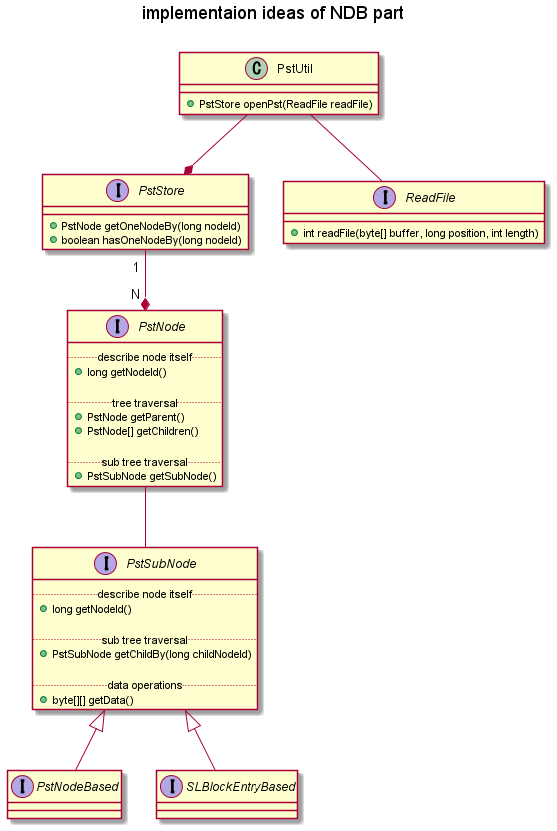
Earlier version of the PlantUML export out/plantuml/base/schematic.png (Kris-LIBIS/ruby-msg).
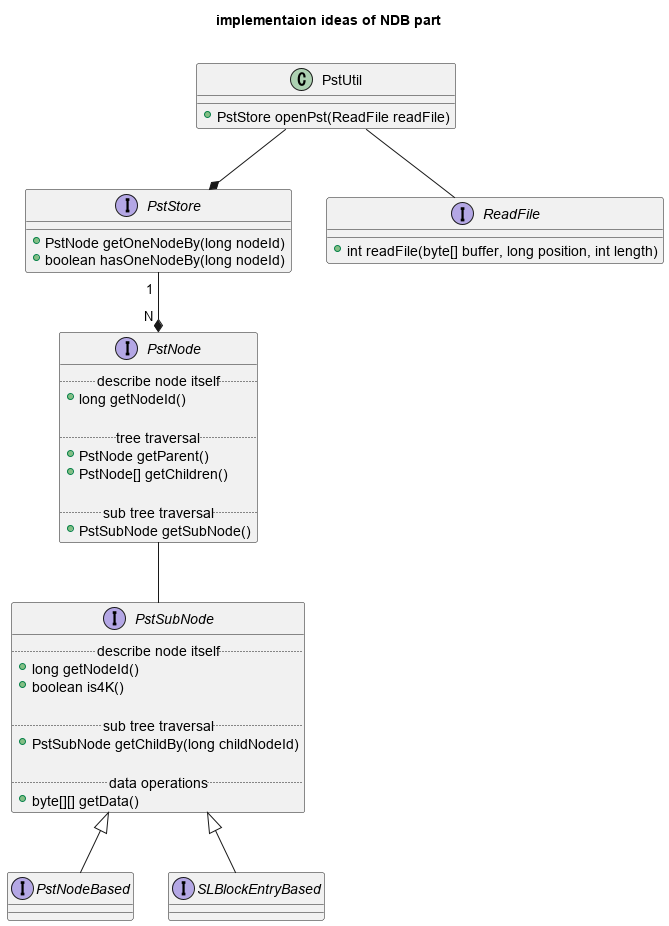
Above is the later version.

Change to the diagram source:
```diff
@@ -25,6 +25,7 @@
 interface PstSubNode {
     .. describe node itself ..
     + long getNodeId()
+    + boolean is4K()
 
     .. sub tree traversal ..
     + PstSubNode getChildBy(long childNodeId)
```
